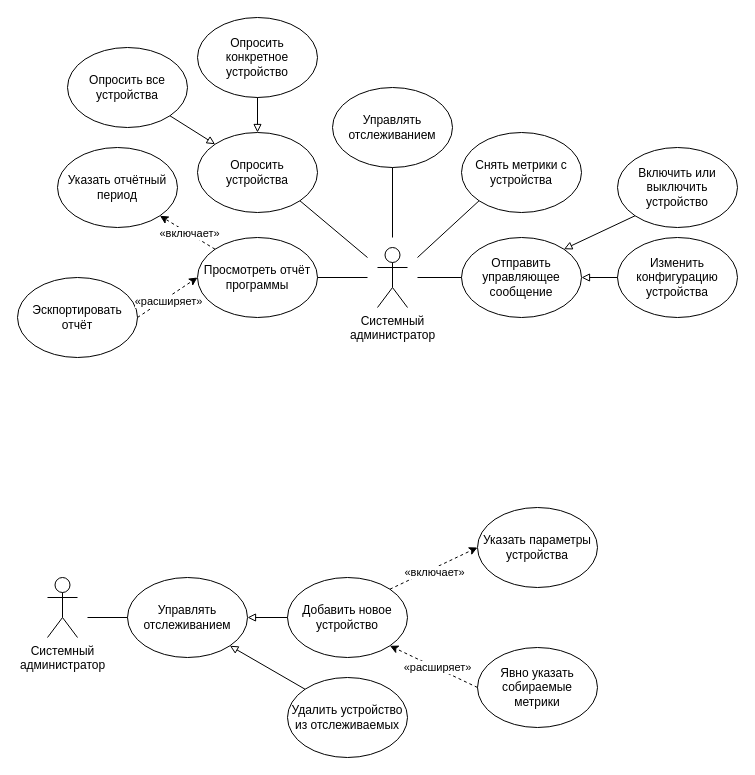
This is МАИППО/ДВИ МАИППО 1.drawio from DeRaLoRd/studying, a draw.io file, before an edit. Source tidied: cells renumbered, new cells numbered last; positions are measured from the earlier drawing's top-left corner, leaving out a move shared by most shapes. Both pictures are drawn from the tidied source at 100%, with x=0, y=0 at pixel (17, 17).
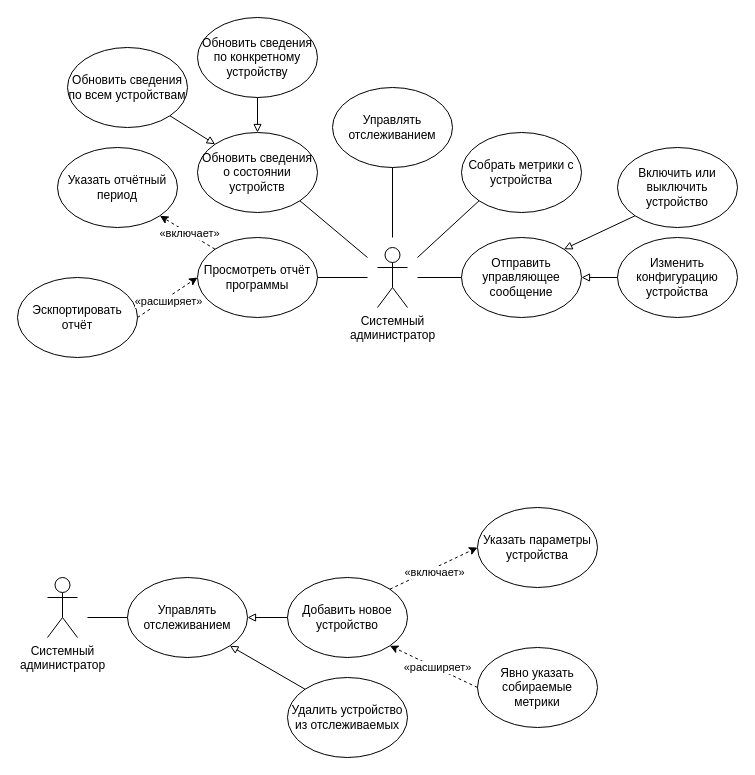
After the change.

Change to the diagram source:
```diff
@@
-    <mxCell id="4" value="Опросить устройства" style="ellipse;whiteSpace=wrap;html=1;" parent="1" vertex="1">
+    <mxCell id="4" value="Обновить&amp;nbsp;&lt;span style=&quot;background-color: transparent; color: light-dark(rgb(0, 0, 0), rgb(255, 255, 255));&quot;&gt;сведения о состоянии устройств&lt;/span&gt;" style="ellipse;whiteSpace=wrap;html=1;" parent="1" vertex="1">
       <mxGeometry x="180" y="115" width="120" height="80" as="geometry" />
     </mxCell>
-    <mxCell id="5" value="Опросить все устройства" style="ellipse;whiteSpace=wrap;html=1;" parent="1" vertex="1">
+    <mxCell id="5" value="Обновить сведения по всем устройствам" style="ellipse;whiteSpace=wrap;html=1;" parent="1" vertex="1">
       <mxGeometry x="50" y="30" width="120" height="80" as="geometry" />
     </mxCell>
-    <mxCell id="6" value="Опросить конкретное устройство" style="ellipse;whiteSpace=wrap;html=1;" parent="1" vertex="1">
+    <mxCell id="6" value="Обновить сведения по конкретному устройству" style="ellipse;whiteSpace=wrap;html=1;" parent="1" vertex="1">
       <mxGeometry x="180" width="120" height="80" as="geometry" />
     </mxCell>
-    <mxCell id="7" value="Снять метрики с устройства" style="ellipse;whiteSpace=wrap;html=1;" parent="1" vertex="1">
+    <mxCell id="7" value="Собрать метрики с устройства" style="ellipse;whiteSpace=wrap;html=1;" parent="1" vertex="1">
       <mxGeometry x="444" y="115" width="120" height="80" as="geometry" />
     </mxCell>
```
